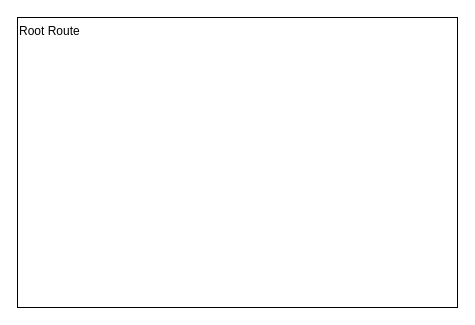
appsparkler/draw.io keeps this draw.io diagram as shouldist_app_routing.drawio. Above is the earlier version. Source tidied: cells renumbered, new cells numbered last; positions are measured from the earlier drawing's top-left corner, leaving out a move shared by most shapes. Both pictures are drawn from the tidied source at 100%, with x=0, y=0 at pixel (17, 17).
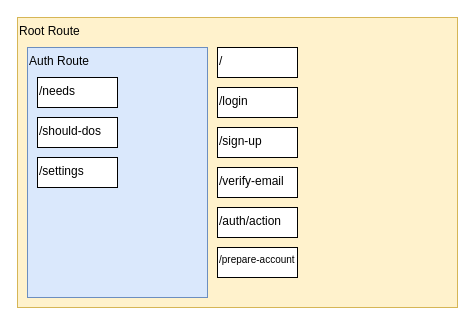
The same diagram, later.

What changed in the source:
```diff
@@
 <mxGraphModel>
   <root>
     <mxCell id="0" />
     <mxCell id="1" parent="0" />
-    <mxCell id="2" value="Root Route" style="rounded=0;whiteSpace=wrap;html=1;verticalAlign=top;align=left;" parent="1" vertex="1">
+    <mxCell id="2" value="Root Route" style="rounded=0;whiteSpace=wrap;html=1;verticalAlign=top;align=left;fillColor=#fff2cc;strokeColor=#d6b656;" parent="1" vertex="1">
       <mxGeometry width="440" height="290" as="geometry" />
     </mxCell>
+    <mxCell id="3" value="Auth Route" style="rounded=0;whiteSpace=wrap;html=1;verticalAlign=top;align=left;fillColor=#dae8fc;strokeColor=#6c8ebf;" parent="1" vertex="1">
+      <mxGeometry x="10" y="30" width="180" height="250" as="geometry" />
+    </mxCell>
+    <mxCell id="4" value="/needs" style="rounded=0;whiteSpace=wrap;html=1;verticalAlign=top;align=left;" parent="1" vertex="1">
+      <mxGeometry x="20" y="60" width="80" height="30" as="geometry" />
+    </mxCell>
+    <mxCell id="5" value="/should-dos" style="rounded=0;whiteSpace=wrap;html=1;verticalAlign=top;align=left;" parent="1" vertex="1">
+      <mxGeometry x="20" y="100" width="80" height="30" as="geometry" />
+    </mxCell>
+    <mxCell id="6" value="/settings" style="rounded=0;whiteSpace=wrap;html=1;verticalAlign=top;align=left;" parent="1" vertex="1">
+      <mxGeometry x="20" y="140" width="80" height="30" as="geometry" />
+    </mxCell>
+    <mxCell id="7" value="/login" style="rounded=0;whiteSpace=wrap;html=1;verticalAlign=top;align=left;" parent="1" vertex="1">
+      <mxGeometry x="200" y="70" width="80" height="30" as="geometry" />
+    </mxCell>
+    <mxCell id="8" value="/sign-up" style="rounded=0;whiteSpace=wrap;html=1;verticalAlign=top;align=left;" parent="1" vertex="1">
+      <mxGeometry x="200" y="110" width="80" height="30" as="geometry" />
+    </mxCell>
+    <mxCell id="9" value="&lt;div&gt;/verify-email&lt;/div&gt;" style="rounded=0;whiteSpace=wrap;html=1;verticalAlign=top;align=left;" parent="1" vertex="1">
+      <mxGeometry x="200" y="150" width="80" height="30" as="geometry" />
+    </mxCell>
+    <mxCell id="10" value="/" style="rounded=0;whiteSpace=wrap;html=1;verticalAlign=top;align=left;" parent="1" vertex="1">
+      <mxGeometry x="200" y="30" width="80" height="30" as="geometry" />
+    </mxCell>
+    <mxCell id="11" value="&lt;div&gt;/auth/action&lt;/div&gt;" style="rounded=0;whiteSpace=wrap;html=1;verticalAlign=top;align=left;" parent="1" vertex="1">
+      <mxGeometry x="200" y="190" width="80" height="30" as="geometry" />
+    </mxCell>
+    <mxCell id="12" value="&lt;div style=&quot;font-size: 10px;&quot;&gt;/prepare-account&lt;/div&gt;" style="rounded=0;whiteSpace=wrap;html=1;verticalAlign=top;align=left;fontSize=10;" parent="1" vertex="1">
+      <mxGeometry x="200" y="230" width="80" height="30" as="geometry" />
+    </mxCell>
   </root>
 </mxGraphModel>
```
